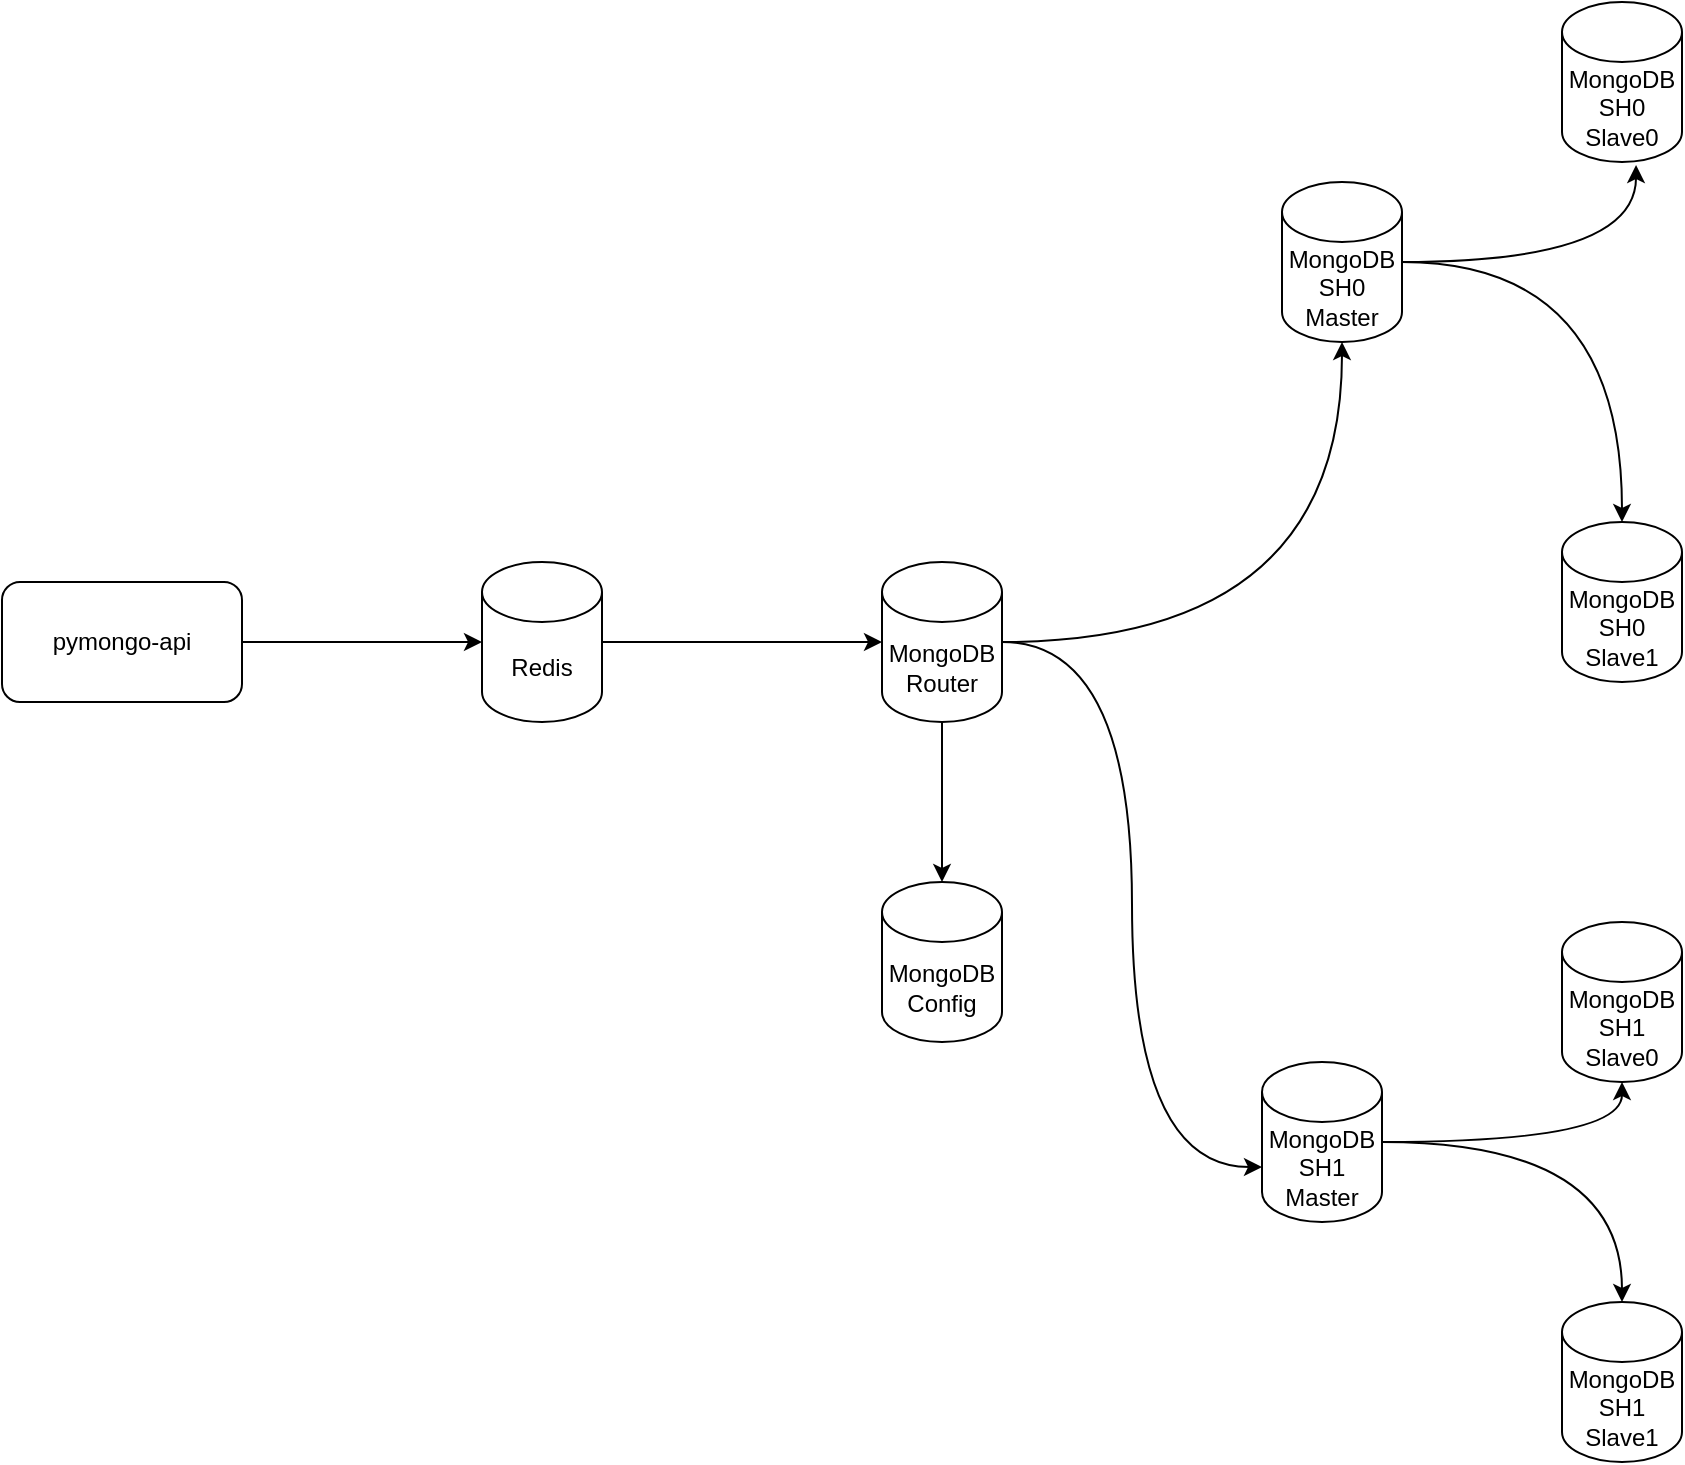
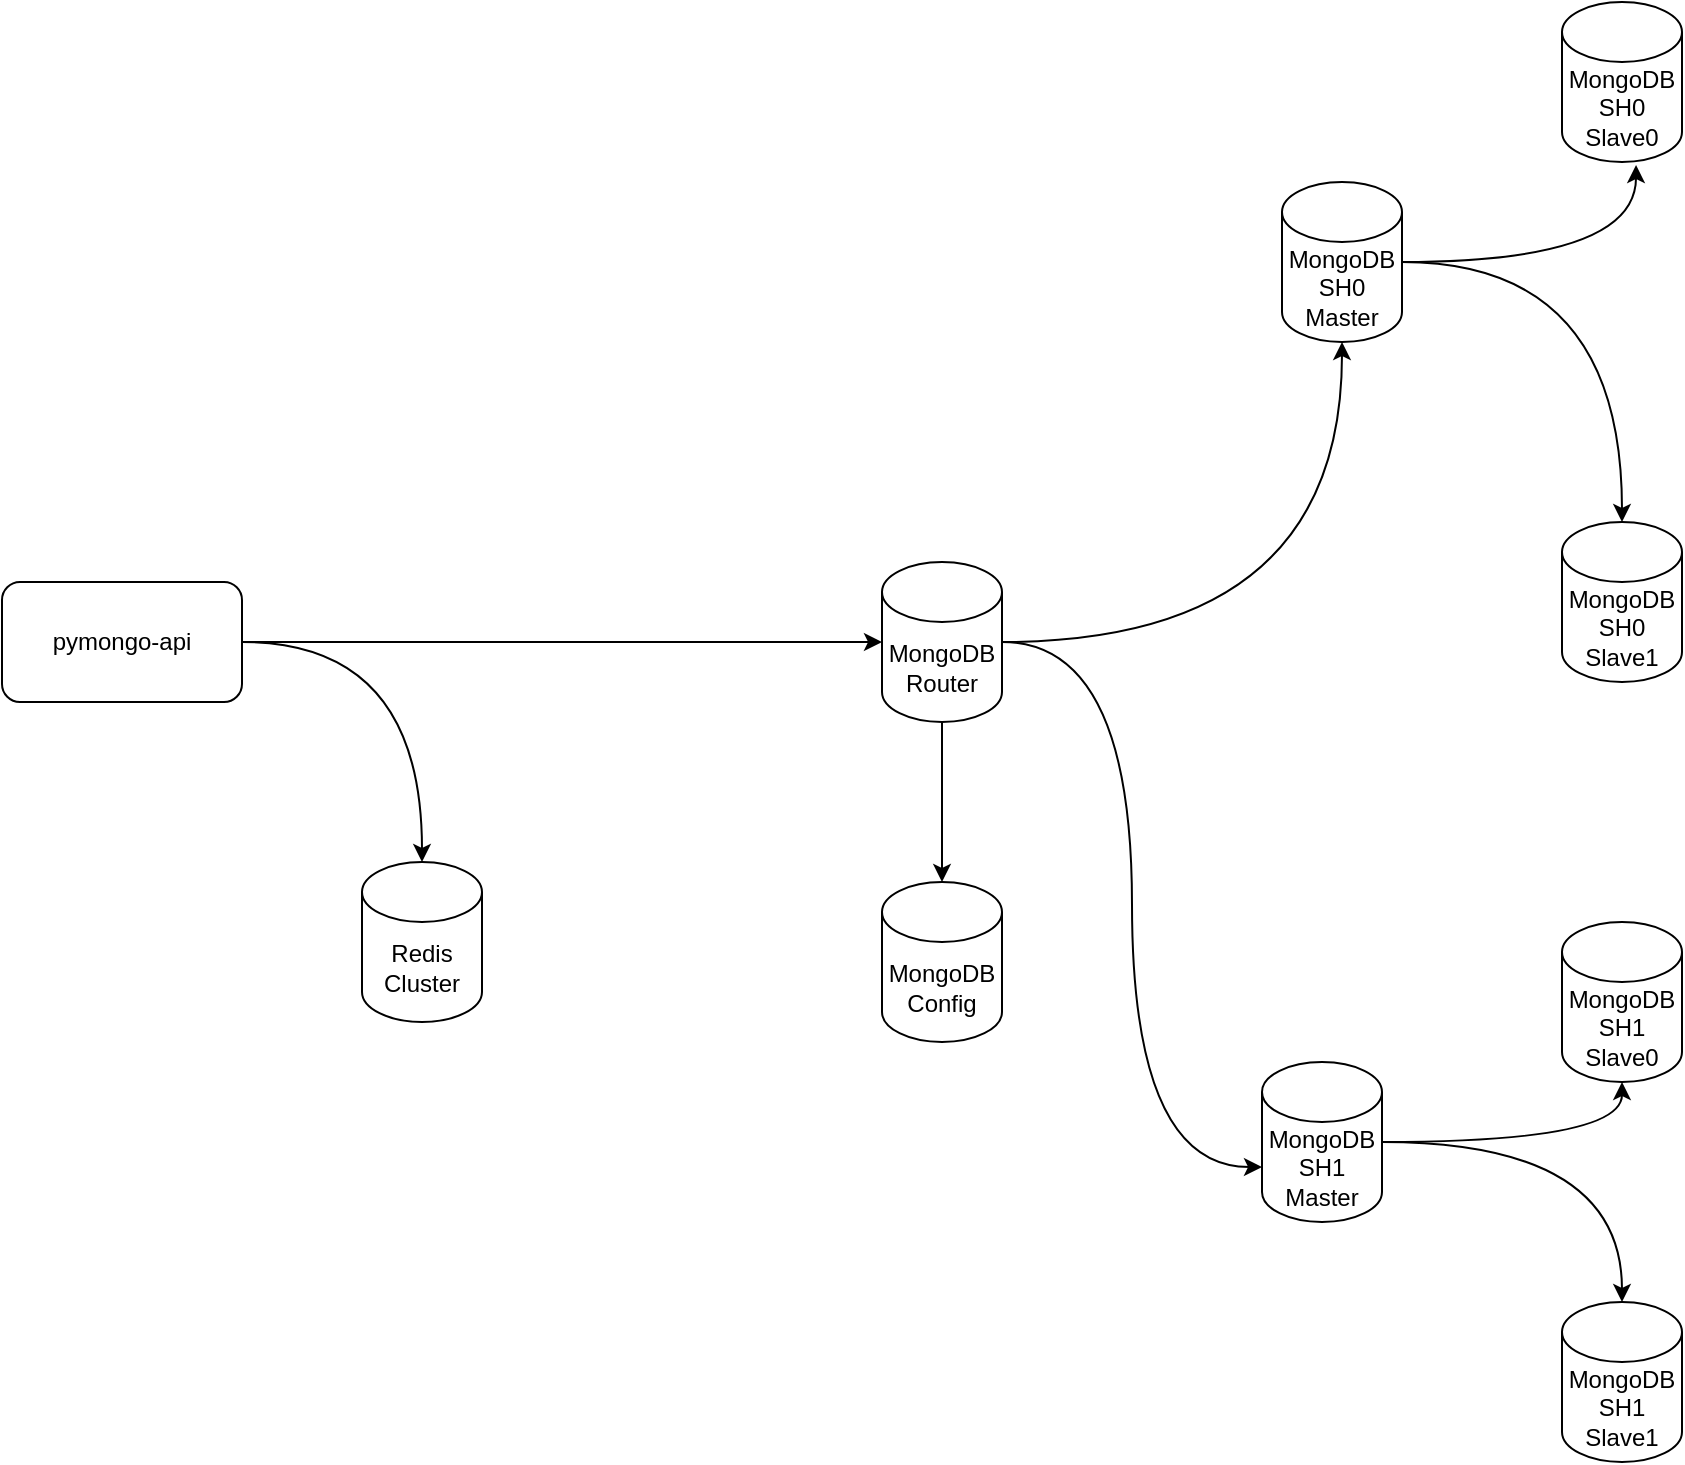
<mxfile host="Electron" agent="Mozilla/5.0 (Windows NT 10.0; Win64; x64) AppleWebKit/537.36 (KHTML, like Gecko) draw.io/29.0.3 Chrome/140.0.7339.249 Electron/38.7.0 Safari/537.36" version="29.0.3">
  <diagram name="Page-1" id="-H_mtQnk-PTXWXPvYvuk">
    <mxGraphModel dx="786" dy="610" grid="1" gridSize="10" guides="1" tooltips="1" connect="1" arrows="1" fold="1" page="1" pageScale="1" pageWidth="1169" pageHeight="827" math="0" shadow="0">
      <root>
        <mxCell id="0" />
        <mxCell id="1" parent="0" />
        <mxCell id="wauGV3qtIze7VnnCB_9r-5" style="edgeStyle=orthogonalEdgeStyle;rounded=0;orthogonalLoop=1;jettySize=auto;html=1;curved=1;" parent="1" source="zA23MoTUsTF4_91t8viU-2" target="wauGV3qtIze7VnnCB_9r-2" edge="1">
          <mxGeometry relative="1" as="geometry" />
        </mxCell>
        <mxCell id="wauGV3qtIze7VnnCB_9r-7" style="edgeStyle=orthogonalEdgeStyle;rounded=0;orthogonalLoop=1;jettySize=auto;html=1;" parent="1" source="zA23MoTUsTF4_91t8viU-2" target="wauGV3qtIze7VnnCB_9r-4" edge="1">
          <mxGeometry relative="1" as="geometry" />
        </mxCell>
        <mxCell id="zA23MoTUsTF4_91t8viU-2" value="MongoDB&lt;br&gt;Router" style="shape=cylinder3;whiteSpace=wrap;html=1;boundedLbl=1;backgroundOutline=1;size=15;" parent="1" vertex="1">
          <mxGeometry x="560" y="280" width="60" height="80" as="geometry" />
        </mxCell>
        <mxCell id="zA23MoTUsTF4_91t8viU-3" value="pymongo-api" style="rounded=1;whiteSpace=wrap;html=1;" parent="1" vertex="1">
          <mxGeometry x="120" y="290" width="120" height="60" as="geometry" />
        </mxCell>
-         <mxCell id="zA23MoTUsTF4_91t8viU-4" style="edgeStyle=orthogonalEdgeStyle;rounded=0;orthogonalLoop=1;jettySize=auto;html=1;exitX=1;exitY=0.5;exitDx=0;exitDy=0;" parent="1" source="zA23MoTUsTF4_91t8viU-3" target="IqYCduabUmj5tgmDKPJe-1" edge="1">
+         <mxCell id="zA23MoTUsTF4_91t8viU-4" style="edgeStyle=orthogonalEdgeStyle;rounded=0;orthogonalLoop=1;jettySize=auto;html=1;exitX=1;exitY=0.5;exitDx=0;exitDy=0;curved=1;" parent="1" source="zA23MoTUsTF4_91t8viU-3" target="IqYCduabUmj5tgmDKPJe-1" edge="1">
          <mxGeometry relative="1" as="geometry" />
        </mxCell>
        <mxCell id="wauGV3qtIze7VnnCB_9r-2" value="MongoDB SH0 Master" style="shape=cylinder3;whiteSpace=wrap;html=1;boundedLbl=1;backgroundOutline=1;size=15;" parent="1" vertex="1">
          <mxGeometry x="760" y="90" width="60" height="80" as="geometry" />
        </mxCell>
        <mxCell id="23dfMqQFomph7aeoreu1-9" style="edgeStyle=orthogonalEdgeStyle;rounded=0;orthogonalLoop=1;jettySize=auto;html=1;curved=1;entryX=0.5;entryY=1;entryDx=0;entryDy=0;entryPerimeter=0;" parent="1" source="wauGV3qtIze7VnnCB_9r-3" target="23dfMqQFomph7aeoreu1-6" edge="1">
          <mxGeometry relative="1" as="geometry" />
        </mxCell>
        <mxCell id="23dfMqQFomph7aeoreu1-10" style="edgeStyle=orthogonalEdgeStyle;rounded=0;orthogonalLoop=1;jettySize=auto;html=1;curved=1;" parent="1" source="wauGV3qtIze7VnnCB_9r-3" target="23dfMqQFomph7aeoreu1-5" edge="1">
          <mxGeometry relative="1" as="geometry" />
        </mxCell>
        <mxCell id="wauGV3qtIze7VnnCB_9r-3" value="MongoDB SH1 Master" style="shape=cylinder3;whiteSpace=wrap;html=1;boundedLbl=1;backgroundOutline=1;size=15;" parent="1" vertex="1">
          <mxGeometry x="750" y="530" width="60" height="80" as="geometry" />
        </mxCell>
        <mxCell id="wauGV3qtIze7VnnCB_9r-4" value="MongoDB&lt;br&gt;Config" style="shape=cylinder3;whiteSpace=wrap;html=1;boundedLbl=1;backgroundOutline=1;size=15;" parent="1" vertex="1">
          <mxGeometry x="560" y="440" width="60" height="80" as="geometry" />
        </mxCell>
        <mxCell id="wauGV3qtIze7VnnCB_9r-6" style="edgeStyle=orthogonalEdgeStyle;rounded=0;orthogonalLoop=1;jettySize=auto;html=1;entryX=0;entryY=0;entryDx=0;entryDy=52.5;entryPerimeter=0;curved=1;" parent="1" source="zA23MoTUsTF4_91t8viU-2" target="wauGV3qtIze7VnnCB_9r-3" edge="1">
          <mxGeometry relative="1" as="geometry" />
        </mxCell>
        <mxCell id="23dfMqQFomph7aeoreu1-1" value="MongoDB SH0 Slave0" style="shape=cylinder3;whiteSpace=wrap;html=1;boundedLbl=1;backgroundOutline=1;size=15;" parent="1" vertex="1">
          <mxGeometry x="900" width="60" height="80" as="geometry" />
        </mxCell>
        <mxCell id="23dfMqQFomph7aeoreu1-4" value="MongoDB SH0 Slave1" style="shape=cylinder3;whiteSpace=wrap;html=1;boundedLbl=1;backgroundOutline=1;size=15;" parent="1" vertex="1">
          <mxGeometry x="900" y="260" width="60" height="80" as="geometry" />
        </mxCell>
        <mxCell id="23dfMqQFomph7aeoreu1-5" value="MongoDB SH1 Slave1" style="shape=cylinder3;whiteSpace=wrap;html=1;boundedLbl=1;backgroundOutline=1;size=15;" parent="1" vertex="1">
          <mxGeometry x="900" y="650" width="60" height="80" as="geometry" />
        </mxCell>
        <mxCell id="23dfMqQFomph7aeoreu1-6" value="MongoDB SH1 Slave0" style="shape=cylinder3;whiteSpace=wrap;html=1;boundedLbl=1;backgroundOutline=1;size=15;" parent="1" vertex="1">
          <mxGeometry x="900" y="460" width="60" height="80" as="geometry" />
        </mxCell>
        <mxCell id="23dfMqQFomph7aeoreu1-7" style="edgeStyle=orthogonalEdgeStyle;rounded=0;orthogonalLoop=1;jettySize=auto;html=1;entryX=0.617;entryY=1.019;entryDx=0;entryDy=0;entryPerimeter=0;curved=1;" parent="1" source="wauGV3qtIze7VnnCB_9r-2" target="23dfMqQFomph7aeoreu1-1" edge="1">
          <mxGeometry relative="1" as="geometry" />
        </mxCell>
        <mxCell id="23dfMqQFomph7aeoreu1-8" style="edgeStyle=orthogonalEdgeStyle;rounded=0;orthogonalLoop=1;jettySize=auto;html=1;curved=1;" parent="1" source="wauGV3qtIze7VnnCB_9r-2" target="23dfMqQFomph7aeoreu1-4" edge="1">
          <mxGeometry relative="1" as="geometry" />
        </mxCell>
-         <mxCell id="IqYCduabUmj5tgmDKPJe-2" style="edgeStyle=orthogonalEdgeStyle;rounded=0;orthogonalLoop=1;jettySize=auto;html=1;" parent="1" source="IqYCduabUmj5tgmDKPJe-1" target="zA23MoTUsTF4_91t8viU-2" edge="1">
+         <mxCell id="IqYCduabUmj5tgmDKPJe-2" style="edgeStyle=orthogonalEdgeStyle;rounded=0;orthogonalLoop=1;jettySize=auto;html=1;curved=1;exitX=1;exitY=0.5;exitDx=0;exitDy=0;" parent="1" source="zA23MoTUsTF4_91t8viU-3" target="zA23MoTUsTF4_91t8viU-2" edge="1">
          <mxGeometry relative="1" as="geometry" />
        </mxCell>
-         <mxCell id="IqYCduabUmj5tgmDKPJe-1" value="Redis" style="shape=cylinder3;whiteSpace=wrap;html=1;boundedLbl=1;backgroundOutline=1;size=15;" parent="1" vertex="1">
-           <mxGeometry x="360" y="280" width="60" height="80" as="geometry" />
+         <mxCell id="IqYCduabUmj5tgmDKPJe-1" value="Redis Cluster" style="shape=cylinder3;whiteSpace=wrap;html=1;boundedLbl=1;backgroundOutline=1;size=15;" parent="1" vertex="1">
+           <mxGeometry x="300" y="430" width="60" height="80" as="geometry" />
        </mxCell>
      </root>
    </mxGraphModel>
  </diagram>
</mxfile>
